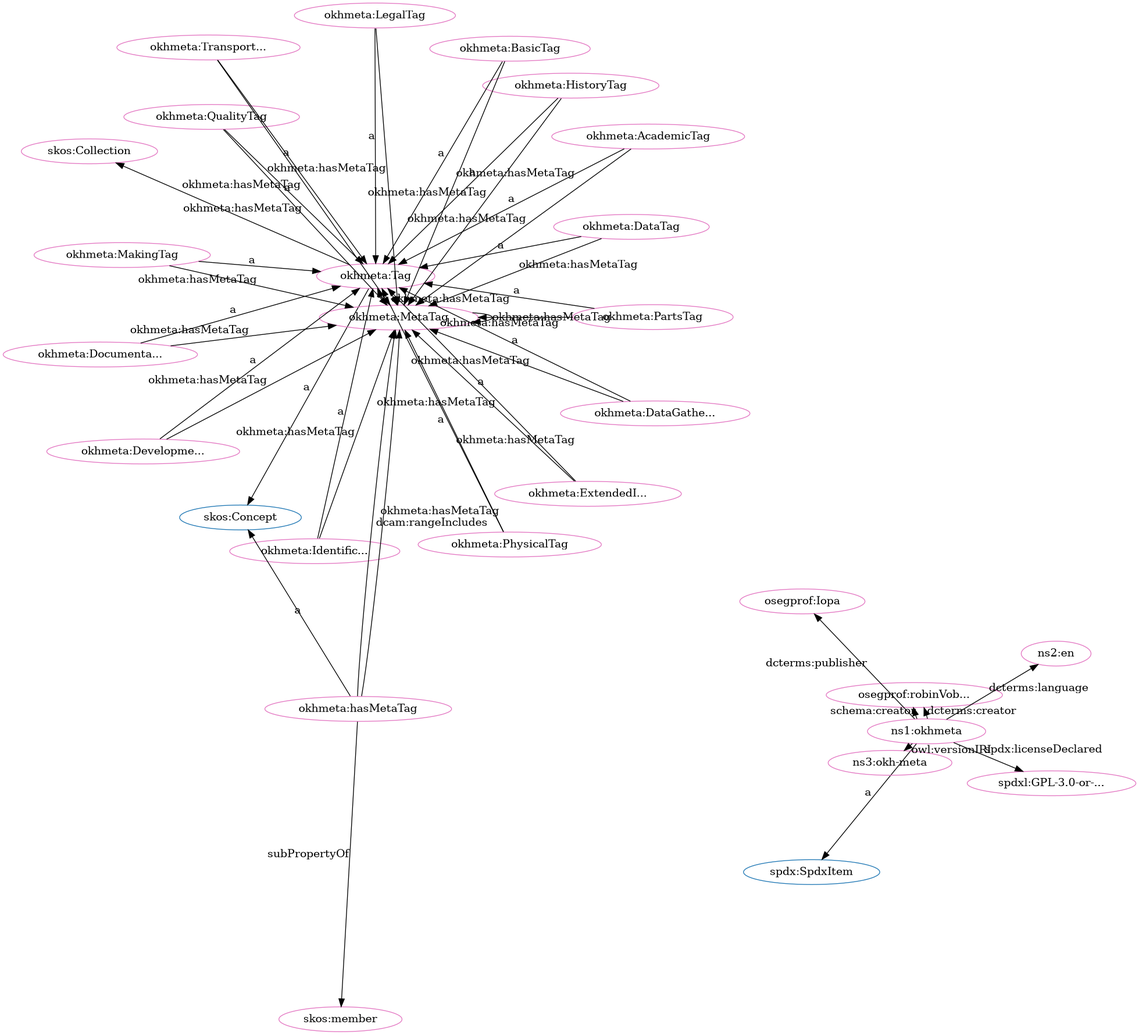
Earlier version of the Graphviz export src/spec/dot_okh-meta-clean.png (iop-alliance/OpenKnowHow). Its source is kept beside it as src/spec/dot_okh-meta-clean.dot.
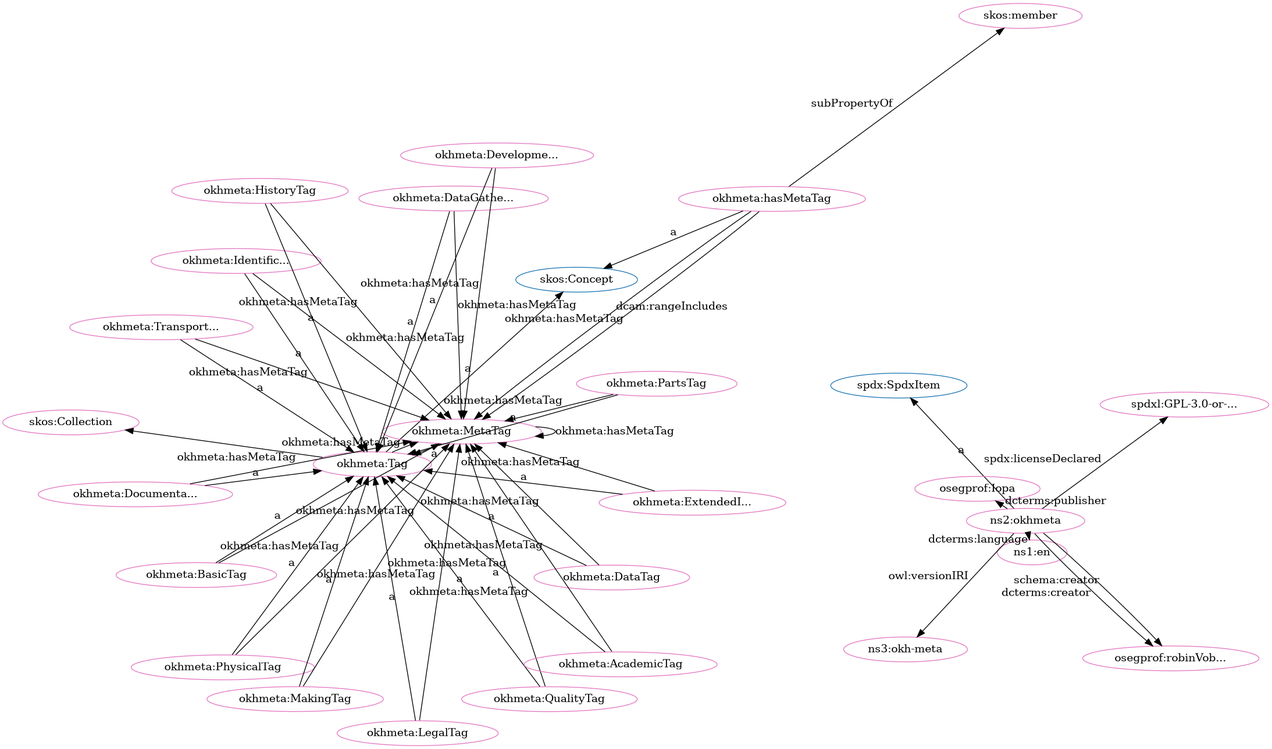
The same diagram one commit later.

The edit, as a diff of the source:
```diff
@@ -2,79 +2,79 @@
   rankdir=BT
   node[height=.3]
 "http://www.w3.org/2004/02/skos/core#Collection" [fillcolor="#1f77b4" color="#1f77b4" label="skos:Collection"]
+"http://www.w3.org/2004/02/skos/core#Concept" [fillcolor="#1f77b4" color="#1f77b4" label="skos:Concept"]
 "http://w3id.org/oseg/ont/okhmeta#Tag" [fillcolor="#1f77b4" color="#1f77b4" label="okhmeta:Tag"]
 "http://spdx.org/rdf/terms#SpdxItem" [fillcolor="#1f77b4" color="#1f77b4" label="spdx:SpdxItem"]
-"http://www.w3.org/2004/02/skos/core#Concept" [fillcolor="#1f77b4" color="#1f77b4" label="skos:Concept"]
+"http://w3id.org/oseg/ont/okhmeta#ExtendedInfoTag" [fillcolor="#e377c2" color="#e377c2" label="okhmeta:ExtendedI..."]
+"http://w3id.org/oseg/ont/okhmeta#DataTag" [fillcolor="#e377c2" color="#e377c2" label="okhmeta:DataTag"]
+"http://w3id.org/oseg/ont/okhmeta#IdentificationTag" [fillcolor="#e377c2" color="#e377c2" label="okhmeta:Identific..."]
+"http://w3id.org/oseg/ont/okhmeta#MetaTag" [fillcolor="#e377c2" color="#e377c2" label="okhmeta:MetaTag"]
+"http://w3id.org/oseg/ont/okhmeta#LegalTag" [fillcolor="#e377c2" color="#e377c2" label="okhmeta:LegalTag"]
+"http://spdx.org/licenses/GPL-3.0-or-later" [fillcolor="#e377c2" color="#e377c2" label="spdxl:GPL-3.0-or-..."]
+"http://www.w3.org/2004/02/skos/core#member" [fillcolor="#e377c2" color="#e377c2" label="skos:member"]
+"http://w3id.org/oseg/ont/okhmeta#DocumentationTag" [fillcolor="#e377c2" color="#e377c2" label="okhmeta:Documenta..."]
+"http://w3id.org/oseg/ont/okhmeta#BasicTag" [fillcolor="#e377c2" color="#e377c2" label="okhmeta:BasicTag"]
+"http://w3id.org/oseg/ont/okhmeta#HistoryTag" [fillcolor="#e377c2" color="#e377c2" label="okhmeta:HistoryTag"]
 "http://w3id.org/oseg/ont/okhmeta#QualityTag" [fillcolor="#e377c2" color="#e377c2" label="okhmeta:QualityTag"]
+"http://id.loc.gov/vocabulary/iso639-1/en" [fillcolor="#e377c2" color="#e377c2" label="ns1:en"]
+"http://w3id.org/oseg/ont/okhmeta" [fillcolor="#e377c2" color="#e377c2" label="ns2:okhmeta"]
+"http://w3id.org/oseg/ont/oseg-profiles#robinVobruba" [fillcolor="#e377c2" color="#e377c2" label="osegprof:robinVob..."]
+"http://www.w3.org/2004/02/skos/core#Collection" [fillcolor="#e377c2" color="#e377c2" label="skos:Collection"]
+"http://w3id.org/oseg/ont/okhmeta#DataGatheringTag" [fillcolor="#e377c2" color="#e377c2" label="okhmeta:DataGathe..."]
+"http://w3id.org/oseg/ont/okhmeta#DevelopmentTag" [fillcolor="#e377c2" color="#e377c2" label="okhmeta:Developme..."]
+"http://w3id.org/oseg/ont/okhmeta#hasMetaTag" [fillcolor="#e377c2" color="#e377c2" label="okhmeta:hasMetaTag"]
 "http://w3id.org/oseg/ont/okhmeta#AcademicTag" [fillcolor="#e377c2" color="#e377c2" label="okhmeta:AcademicTag"]
-"http://w3id.org/oseg/ont/okhmeta#MetaTag" [fillcolor="#e377c2" color="#e377c2" label="okhmeta:MetaTag"]
-"http://w3id.org/oseg/ont/okhmeta" [fillcolor="#e377c2" color="#e377c2" label="ns1:okhmeta"]
-"http://w3id.org/oseg/ont/okhmeta#DocumentationTag" [fillcolor="#e377c2" color="#e377c2" label="okhmeta:Documenta..."]
-"http://w3id.org/oseg/ont/okhmeta#HistoryTag" [fillcolor="#e377c2" color="#e377c2" label="okhmeta:HistoryTag"]
-"http://w3id.org/oseg/ont/okhmeta#IdentificationTag" [fillcolor="#e377c2" color="#e377c2" label="okhmeta:Identific..."]
-"http://spdx.org/licenses/GPL-3.0-or-later" [fillcolor="#e377c2" color="#e377c2" label="spdxl:GPL-3.0-or-..."]
-"http://w3id.org/oseg/ont/okhmeta#DevelopmentTag" [fillcolor="#e377c2" color="#e377c2" label="okhmeta:Developme..."]
-"http://w3id.org/oseg/ont/okhmeta#LegalTag" [fillcolor="#e377c2" color="#e377c2" label="okhmeta:LegalTag"]
-"http://www.w3.org/2004/02/skos/core#Collection" [fillcolor="#e377c2" color="#e377c2" label="skos:Collection"]
-"http://w3id.org/oseg/ont/oseg-profiles#robinVobruba" [fillcolor="#e377c2" color="#e377c2" label="osegprof:robinVob..."]
-"http://w3id.org/oseg/ont/okhmeta#hasMetaTag" [fillcolor="#e377c2" color="#e377c2" label="okhmeta:hasMetaTag"]
-"http://www.w3.org/2004/02/skos/core#member" [fillcolor="#e377c2" color="#e377c2" label="skos:member"]
+"http://w3id.org/oseg/ont/oseg-profiles#Iopa" [fillcolor="#e377c2" color="#e377c2" label="osegprof:Iopa"]
+"http://w3id.org/oseg/ont/okhmeta#PhysicalTag" [fillcolor="#e377c2" color="#e377c2" label="okhmeta:PhysicalTag"]
+"http://w3id.org/oseg/ont/okhmeta#PartsTag" [fillcolor="#e377c2" color="#e377c2" label="okhmeta:PartsTag"]
+"http://w3id.org/oseg/ont/okhmeta#Tag" [fillcolor="#e377c2" color="#e377c2" label="okhmeta:Tag"]
+"http://w3id.org/oseg/ont/1.1.0/okh-meta" [fillcolor="#e377c2" color="#e377c2" label="ns3:okh-meta"]
+"http://w3id.org/oseg/ont/okhmeta#TransportationTag" [fillcolor="#e377c2" color="#e377c2" label="okhmeta:Transport..."]
 "http://w3id.org/oseg/ont/okhmeta#MakingTag" [fillcolor="#e377c2" color="#e377c2" label="okhmeta:MakingTag"]
-"http://id.loc.gov/vocabulary/iso639-1/en" [fillcolor="#e377c2" color="#e377c2" label="ns2:en"]
-"http://w3id.org/oseg/ont/okhmeta#DataTag" [fillcolor="#e377c2" color="#e377c2" label="okhmeta:DataTag"]
-"http://w3id.org/oseg/ont/okhmeta#ExtendedInfoTag" [fillcolor="#e377c2" color="#e377c2" label="okhmeta:ExtendedI..."]
-"http://w3id.org/oseg/ont/okhmeta#Tag" [fillcolor="#e377c2" color="#e377c2" label="okhmeta:Tag"]
-"http://w3id.org/oseg/ont/okhmeta#DataGatheringTag" [fillcolor="#e377c2" color="#e377c2" label="okhmeta:DataGathe..."]
-"http://w3id.org/oseg/ont/oseg-profiles#Iopa" [fillcolor="#e377c2" color="#e377c2" label="osegprof:Iopa"]
-"http://w3id.org/oseg/ont/okhmeta#TransportationTag" [fillcolor="#e377c2" color="#e377c2" label="okhmeta:Transport..."]
-"http://w3id.org/oseg/ont/okhmeta#PhysicalTag" [fillcolor="#e377c2" color="#e377c2" label="okhmeta:PhysicalTag"]
-"http://w3id.org/oseg/ont/1.1.0/okh-meta" [fillcolor="#e377c2" color="#e377c2" label="ns3:okh-meta"]
-"http://w3id.org/oseg/ont/okhmeta#BasicTag" [fillcolor="#e377c2" color="#e377c2" label="okhmeta:BasicTag"]
-"http://w3id.org/oseg/ont/okhmeta#PartsTag" [fillcolor="#e377c2" color="#e377c2" label="okhmeta:PartsTag"]
-  "http://w3id.org/oseg/ont/okhmeta#DataGatheringTag" -> "http://w3id.org/oseg/ont/okhmeta#MetaTag" [label="okhmeta:hasMetaTag"]
-  "http://w3id.org/oseg/ont/okhmeta" -> "http://spdx.org/rdf/terms#SpdxItem" [label="a"]
-  "http://w3id.org/oseg/ont/okhmeta#hasMetaTag" -> "http://w3id.org/oseg/ont/okhmeta#MetaTag" [label="dcam:rangeIncludes"]
-  "http://w3id.org/oseg/ont/okhmeta#BasicTag" -> "http://w3id.org/oseg/ont/okhmeta#MetaTag" [label="okhmeta:hasMetaTag"]
-  "http://w3id.org/oseg/ont/okhmeta#QualityTag" -> "http://w3id.org/oseg/ont/okhmeta#MetaTag" [label="okhmeta:hasMetaTag"]
-  "http://w3id.org/oseg/ont/okhmeta#AcademicTag" -> "http://w3id.org/oseg/ont/okhmeta#MetaTag" [label="okhmeta:hasMetaTag"]
-  "http://w3id.org/oseg/ont/okhmeta#Tag" -> "http://www.w3.org/2004/02/skos/core#Collection" [label=""]
-  "http://w3id.org/oseg/ont/okhmeta" -> "http://w3id.org/oseg/ont/oseg-profiles#robinVobruba" [label="schema:creator"]
-  "http://w3id.org/oseg/ont/okhmeta#MetaTag" -> "http://w3id.org/oseg/ont/okhmeta#MetaTag" [label="okhmeta:hasMetaTag"]
-  "http://w3id.org/oseg/ont/okhmeta#DocumentationTag" -> "http://w3id.org/oseg/ont/okhmeta#MetaTag" [label="okhmeta:hasMetaTag"]
-  "http://w3id.org/oseg/ont/okhmeta#DataTag" -> "http://w3id.org/oseg/ont/okhmeta#MetaTag" [label="okhmeta:hasMetaTag"]
-  "http://w3id.org/oseg/ont/okhmeta#HistoryTag" -> "http://w3id.org/oseg/ont/okhmeta#MetaTag" [label="okhmeta:hasMetaTag"]
-  "http://w3id.org/oseg/ont/okhmeta#hasMetaTag" -> "http://www.w3.org/2004/02/skos/core#member" [label="subPropertyOf"]
-  "http://w3id.org/oseg/ont/okhmeta#MakingTag" -> "http://w3id.org/oseg/ont/okhmeta#Tag" [label="a"]
-  "http://w3id.org/oseg/ont/okhmeta" -> "http://id.loc.gov/vocabulary/iso639-1/en" [label="dcterms:language"]
   "http://w3id.org/oseg/ont/okhmeta#DevelopmentTag" -> "http://w3id.org/oseg/ont/okhmeta#MetaTag" [label="okhmeta:hasMetaTag"]
-  "http://w3id.org/oseg/ont/okhmeta#LegalTag" -> "http://w3id.org/oseg/ont/okhmeta#MetaTag" [label="okhmeta:hasMetaTag"]
-  "http://w3id.org/oseg/ont/okhmeta#IdentificationTag" -> "http://w3id.org/oseg/ont/okhmeta#MetaTag" [label="okhmeta:hasMetaTag"]
-  "http://w3id.org/oseg/ont/okhmeta#ExtendedInfoTag" -> "http://w3id.org/oseg/ont/okhmeta#Tag" [label="a"]
-  "http://w3id.org/oseg/ont/okhmeta#DataGatheringTag" -> "http://w3id.org/oseg/ont/okhmeta#Tag" [label="a"]
-  "http://w3id.org/oseg/ont/okhmeta#TransportationTag" -> "http://w3id.org/oseg/ont/okhmeta#MetaTag" [label="okhmeta:hasMetaTag"]
-  "http://w3id.org/oseg/ont/okhmeta" -> "http://w3id.org/oseg/ont/oseg-profiles#Iopa" [label="dcterms:publisher"]
-  "http://w3id.org/oseg/ont/okhmeta#PhysicalTag" -> "http://w3id.org/oseg/ont/okhmeta#MetaTag" [label="okhmeta:hasMetaTag"]
-  "http://w3id.org/oseg/ont/okhmeta#TransportationTag" -> "http://w3id.org/oseg/ont/okhmeta#Tag" [label="a"]
-  "http://w3id.org/oseg/ont/okhmeta#BasicTag" -> "http://w3id.org/oseg/ont/okhmeta#Tag" [label="a"]
-  "http://w3id.org/oseg/ont/okhmeta#QualityTag" -> "http://w3id.org/oseg/ont/okhmeta#Tag" [label="a"]
-  "http://w3id.org/oseg/ont/okhmeta#AcademicTag" -> "http://w3id.org/oseg/ont/okhmeta#Tag" [label="a"]
-  "http://w3id.org/oseg/ont/okhmeta#HistoryTag" -> "http://w3id.org/oseg/ont/okhmeta#Tag" [label="a"]
-  "http://w3id.org/oseg/ont/okhmeta#DocumentationTag" -> "http://w3id.org/oseg/ont/okhmeta#Tag" [label="a"]
-  "http://w3id.org/oseg/ont/okhmeta#IdentificationTag" -> "http://w3id.org/oseg/ont/okhmeta#Tag" [label="a"]
-  "http://w3id.org/oseg/ont/okhmeta" -> "http://spdx.org/licenses/GPL-3.0-or-later" [label="spdx:licenseDeclared"]
-  "http://w3id.org/oseg/ont/okhmeta#DevelopmentTag" -> "http://w3id.org/oseg/ont/okhmeta#Tag" [label="a"]
   "http://w3id.org/oseg/ont/okhmeta#LegalTag" -> "http://w3id.org/oseg/ont/okhmeta#Tag" [label="a"]
   "http://w3id.org/oseg/ont/okhmeta#PartsTag" -> "http://w3id.org/oseg/ont/okhmeta#MetaTag" [label="okhmeta:hasMetaTag"]
-  "http://w3id.org/oseg/ont/okhmeta#hasMetaTag" -> "http://www.w3.org/2004/02/skos/core#Concept" [label="a"]
+  "http://w3id.org/oseg/ont/okhmeta#DocumentationTag" -> "http://w3id.org/oseg/ont/okhmeta#Tag" [label="a"]
   "http://w3id.org/oseg/ont/okhmeta#MetaTag" -> "http://w3id.org/oseg/ont/okhmeta#Tag" [label="a"]
   "http://w3id.org/oseg/ont/okhmeta#ExtendedInfoTag" -> "http://w3id.org/oseg/ont/okhmeta#MetaTag" [label="okhmeta:hasMetaTag"]
+  "http://w3id.org/oseg/ont/okhmeta#HistoryTag" -> "http://w3id.org/oseg/ont/okhmeta#Tag" [label="a"]
+  "http://w3id.org/oseg/ont/okhmeta#QualityTag" -> "http://w3id.org/oseg/ont/okhmeta#Tag" [label="a"]
+  "http://w3id.org/oseg/ont/okhmeta#MakingTag" -> "http://w3id.org/oseg/ont/okhmeta#MetaTag" [label="okhmeta:hasMetaTag"]
+  "http://w3id.org/oseg/ont/okhmeta#DataTag" -> "http://w3id.org/oseg/ont/okhmeta#MetaTag" [label="okhmeta:hasMetaTag"]
+  "http://w3id.org/oseg/ont/okhmeta#IdentificationTag" -> "http://w3id.org/oseg/ont/okhmeta#MetaTag" [label="okhmeta:hasMetaTag"]
+  "http://w3id.org/oseg/ont/okhmeta" -> "http://w3id.org/oseg/ont/oseg-profiles#robinVobruba" [label="schema:creator"]
+  "http://w3id.org/oseg/ont/okhmeta#Tag" -> "http://www.w3.org/2004/02/skos/core#Collection" [label=""]
+  "http://w3id.org/oseg/ont/okhmeta#DevelopmentTag" -> "http://w3id.org/oseg/ont/okhmeta#Tag" [label="a"]
+  "http://w3id.org/oseg/ont/okhmeta#PartsTag" -> "http://w3id.org/oseg/ont/okhmeta#Tag" [label="a"]
+  "http://w3id.org/oseg/ont/okhmeta#BasicTag" -> "http://w3id.org/oseg/ont/okhmeta#MetaTag" [label="okhmeta:hasMetaTag"]
+  "http://w3id.org/oseg/ont/okhmeta#Tag" -> "http://www.w3.org/2004/02/skos/core#Concept" [label="a"]
+  "http://w3id.org/oseg/ont/okhmeta" -> "http://w3id.org/oseg/ont/1.1.0/okh-meta" [label="owl:versionIRI"]
+  "http://w3id.org/oseg/ont/okhmeta#TransportationTag" -> "http://w3id.org/oseg/ont/okhmeta#Tag" [label="a"]
+  "http://w3id.org/oseg/ont/okhmeta#MakingTag" -> "http://w3id.org/oseg/ont/okhmeta#Tag" [label="a"]
+  "http://w3id.org/oseg/ont/okhmeta#DataGatheringTag" -> "http://w3id.org/oseg/ont/okhmeta#MetaTag" [label="okhmeta:hasMetaTag"]
+  "http://w3id.org/oseg/ont/okhmeta#ExtendedInfoTag" -> "http://w3id.org/oseg/ont/okhmeta#Tag" [label="a"]
   "http://w3id.org/oseg/ont/okhmeta#DataTag" -> "http://w3id.org/oseg/ont/okhmeta#Tag" [label="a"]
+  "http://w3id.org/oseg/ont/okhmeta#IdentificationTag" -> "http://w3id.org/oseg/ont/okhmeta#Tag" [label="a"]
+  "http://w3id.org/oseg/ont/okhmeta#PhysicalTag" -> "http://w3id.org/oseg/ont/okhmeta#MetaTag" [label="okhmeta:hasMetaTag"]
+  "http://w3id.org/oseg/ont/okhmeta#AcademicTag" -> "http://w3id.org/oseg/ont/okhmeta#MetaTag" [label="okhmeta:hasMetaTag"]
+  "http://w3id.org/oseg/ont/okhmeta#Tag" -> "http://w3id.org/oseg/ont/okhmeta#MetaTag" [label="okhmeta:hasMetaTag"]
+  "http://w3id.org/oseg/ont/okhmeta" -> "http://spdx.org/licenses/GPL-3.0-or-later" [label="spdx:licenseDeclared"]
+  "http://w3id.org/oseg/ont/okhmeta#MetaTag" -> "http://w3id.org/oseg/ont/okhmeta#MetaTag" [label="okhmeta:hasMetaTag"]
+  "http://w3id.org/oseg/ont/okhmeta#hasMetaTag" -> "http://www.w3.org/2004/02/skos/core#member" [label="subPropertyOf"]
+  "http://w3id.org/oseg/ont/okhmeta#hasMetaTag" -> "http://w3id.org/oseg/ont/okhmeta#MetaTag" [label="okhmeta:hasMetaTag"]
+  "http://w3id.org/oseg/ont/okhmeta#BasicTag" -> "http://w3id.org/oseg/ont/okhmeta#Tag" [label="a"]
+  "http://w3id.org/oseg/ont/okhmeta#HistoryTag" -> "http://w3id.org/oseg/ont/okhmeta#MetaTag" [label="okhmeta:hasMetaTag"]
+  "http://w3id.org/oseg/ont/okhmeta#LegalTag" -> "http://w3id.org/oseg/ont/okhmeta#MetaTag" [label="okhmeta:hasMetaTag"]
+  "http://w3id.org/oseg/ont/okhmeta#DataGatheringTag" -> "http://w3id.org/oseg/ont/okhmeta#Tag" [label="a"]
+  "http://w3id.org/oseg/ont/okhmeta#hasMetaTag" -> "http://www.w3.org/2004/02/skos/core#Concept" [label="a"]
+  "http://w3id.org/oseg/ont/okhmeta#AcademicTag" -> "http://w3id.org/oseg/ont/okhmeta#Tag" [label="a"]
+  "http://w3id.org/oseg/ont/okhmeta" -> "http://w3id.org/oseg/ont/oseg-profiles#Iopa" [label="dcterms:publisher"]
+  "http://w3id.org/oseg/ont/okhmeta#PhysicalTag" -> "http://w3id.org/oseg/ont/okhmeta#Tag" [label="a"]
   "http://w3id.org/oseg/ont/okhmeta" -> "http://w3id.org/oseg/ont/oseg-profiles#robinVobruba" [label="dcterms:creator"]
-  "http://w3id.org/oseg/ont/okhmeta#hasMetaTag" -> "http://w3id.org/oseg/ont/okhmeta#MetaTag" [label="okhmeta:hasMetaTag"]
-  "http://w3id.org/oseg/ont/okhmeta#Tag" -> "http://www.w3.org/2004/02/skos/core#Concept" [label="a"]
-  "http://w3id.org/oseg/ont/okhmeta#Tag" -> "http://w3id.org/oseg/ont/okhmeta#MetaTag" [label="okhmeta:hasMetaTag"]
-  "http://w3id.org/oseg/ont/okhmeta#PhysicalTag" -> "http://w3id.org/oseg/ont/okhmeta#Tag" [label="a"]
-  "http://w3id.org/oseg/ont/okhmeta" -> "http://w3id.org/oseg/ont/1.1.0/okh-meta" [label="owl:versionIRI"]
-  "http://w3id.org/oseg/ont/okhmeta#PartsTag" -> "http://w3id.org/oseg/ont/okhmeta#Tag" [label="a"]
-  "http://w3id.org/oseg/ont/okhmeta#MakingTag" -> "http://w3id.org/oseg/ont/okhmeta#MetaTag" [label="okhmeta:hasMetaTag"]
+  "http://w3id.org/oseg/ont/okhmeta" -> "http://spdx.org/rdf/terms#SpdxItem" [label="a"]
+  "http://w3id.org/oseg/ont/okhmeta#DocumentationTag" -> "http://w3id.org/oseg/ont/okhmeta#MetaTag" [label="okhmeta:hasMetaTag"]
+  "http://w3id.org/oseg/ont/okhmeta#QualityTag" -> "http://w3id.org/oseg/ont/okhmeta#MetaTag" [label="okhmeta:hasMetaTag"]
+  "http://w3id.org/oseg/ont/okhmeta#hasMetaTag" -> "http://w3id.org/oseg/ont/okhmeta#MetaTag" [label="dcam:rangeIncludes"]
+  "http://w3id.org/oseg/ont/okhmeta#TransportationTag" -> "http://w3id.org/oseg/ont/okhmeta#MetaTag" [label="okhmeta:hasMetaTag"]
+  "http://w3id.org/oseg/ont/okhmeta" -> "http://id.loc.gov/vocabulary/iso639-1/en" [label="dcterms:language"]
 }
```
